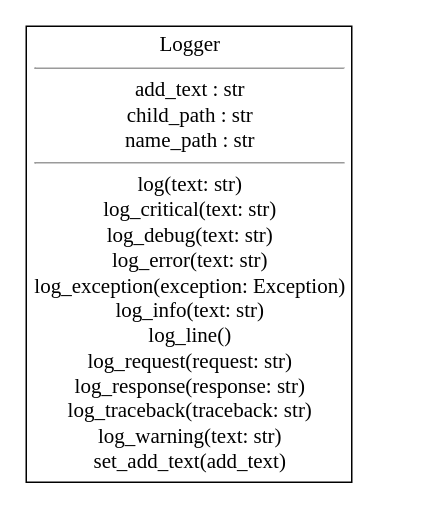
The draw.io diagram Diagrams/class/Sơ đồ Class tổng quan hệ thống Logger.drawio in VennDev/EC-Recommend-System-Old, before the edit. Source tidied: cells renumbered, new cells numbered last; positions are measured from the earlier drawing's top-left corner, leaving out a move shared by most shapes. Both pictures are drawn from the tidied source at 150%, with x=0, y=0 at pixel (26, 26).
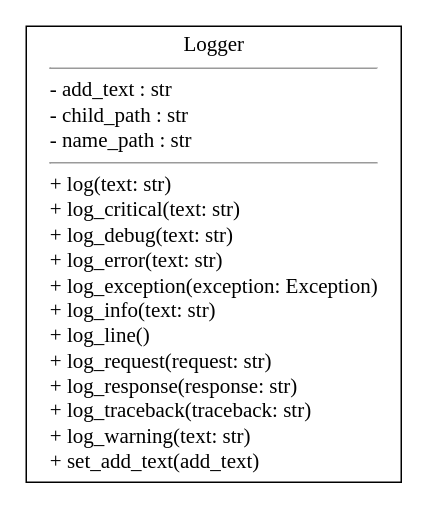
The same diagram, later.

What changed in the source:
```diff
@@
 <mxGraphModel>
   <root>
     <mxCell id="0" />
     <mxCell id="1" parent="0" />
-    <mxCell id="2" value="&lt;font style='font-size: 14.0px;' face='Times New Roman,serif' color='#000000'&gt;Logger&lt;/font&gt;&lt;hr size='1'/&gt;&lt;div&gt;&lt;font style='font-size: 14.0px;' face='Times New Roman,serif' color='#000000'&gt;add_text : str&lt;br/&gt;child_path : str&lt;br/&gt;name_path : str&lt;/font&gt;&lt;/div&gt;&lt;hr size='1'/&gt;&lt;div&gt;&lt;font style='font-size: 14.0px;' face='Times New Roman,serif' color='#000000'&gt;log(text: str)&lt;br/&gt;log_critical(text: str)&lt;br/&gt;log_debug(text: str)&lt;br/&gt;log_error(text: str)&lt;br/&gt;log_exception(exception: Exception)&lt;br/&gt;log_info(text: str)&lt;br/&gt;log_line()&lt;br/&gt;log_request(request: str)&lt;br/&gt;log_response(response: str)&lt;br/&gt;log_traceback(traceback: str)&lt;br/&gt;log_warning(text: str)&lt;br/&gt;set_add_text(add_text)&lt;/font&gt;&lt;/div&gt;" style="verticalAlign=middle;html=1;rounded=0;labelBackgroundColor=none;strokeColor=black;fillColor=none;strokeWidth=1;dashed=0;" parent="1" vertex="1">
-      <mxGeometry width="217" height="304" as="geometry" />
+    <mxCell id="2" value="&lt;font style=&quot;font-size: 14.0px;&quot; face=&quot;Times New Roman,serif&quot; color=&quot;#000000&quot;&gt;Logger&lt;/font&gt;&lt;hr size=&quot;1&quot;&gt;&lt;div&gt;&lt;div style=&quot;text-align: left;&quot;&gt;&lt;span style=&quot;font-size: 14px; font-family: &amp;quot;Times New Roman&amp;quot;, serif; background-color: initial;&quot;&gt;- add_text : str&lt;/span&gt;&lt;/div&gt;&lt;font style=&quot;font-size: 14.0px;&quot; face=&quot;Times New Roman,serif&quot; color=&quot;#000000&quot;&gt;&lt;div style=&quot;text-align: left;&quot;&gt;&lt;span style=&quot;background-color: initial;&quot;&gt;- child_path : str&lt;/span&gt;&lt;/div&gt;&lt;div style=&quot;text-align: left;&quot;&gt;&lt;span style=&quot;background-color: initial;&quot;&gt;- name_path : str&lt;/span&gt;&lt;/div&gt;&lt;/font&gt;&lt;/div&gt;&lt;hr size=&quot;1&quot;&gt;&lt;div&gt;&lt;div style=&quot;text-align: left;&quot;&gt;&lt;span style=&quot;font-size: 14px; font-family: &amp;quot;Times New Roman&amp;quot;, serif; background-color: initial;&quot;&gt;+ log(text: str)&lt;/span&gt;&lt;/div&gt;&lt;font style=&quot;font-size: 14.0px;&quot; face=&quot;Times New Roman,serif&quot; color=&quot;#000000&quot;&gt;&lt;div style=&quot;text-align: left;&quot;&gt;&lt;span style=&quot;background-color: initial;&quot;&gt;+&lt;/span&gt;&lt;span style=&quot;background-color: initial;&quot;&gt;&amp;nbsp;&lt;/span&gt;&lt;span style=&quot;background-color: initial;&quot;&gt;log_critical(text: str)&lt;/span&gt;&lt;/div&gt;&lt;/font&gt;&lt;font style=&quot;font-size: 14.0px;&quot; face=&quot;Times New Roman,serif&quot; color=&quot;#000000&quot;&gt;&lt;div style=&quot;text-align: left;&quot;&gt;&lt;span style=&quot;background-color: initial;&quot;&gt;+&lt;/span&gt;&lt;span style=&quot;background-color: initial;&quot;&gt;&amp;nbsp;&lt;/span&gt;&lt;span style=&quot;background-color: initial;&quot;&gt;log_debug(text: str)&lt;/span&gt;&lt;/div&gt;&lt;/font&gt;&lt;font style=&quot;font-size: 14.0px;&quot; face=&quot;Times New Roman,serif&quot; color=&quot;#000000&quot;&gt;&lt;div style=&quot;text-align: left;&quot;&gt;&lt;span style=&quot;background-color: initial;&quot;&gt;+&lt;/span&gt;&lt;span style=&quot;background-color: initial;&quot;&gt;&amp;nbsp;&lt;/span&gt;&lt;span style=&quot;background-color: initial;&quot;&gt;log_error(text: str)&lt;/span&gt;&lt;/div&gt;&lt;/font&gt;&lt;font style=&quot;font-size: 14.0px;&quot; face=&quot;Times New Roman,serif&quot; color=&quot;#000000&quot;&gt;&lt;div style=&quot;text-align: left;&quot;&gt;&lt;span style=&quot;background-color: initial;&quot;&gt;+&lt;/span&gt;&lt;span style=&quot;background-color: initial;&quot;&gt;&amp;nbsp;&lt;/span&gt;&lt;span style=&quot;background-color: initial;&quot;&gt;log_exception(exception: Exception)&lt;/span&gt;&lt;/div&gt;&lt;/font&gt;&lt;font style=&quot;font-size: 14.0px;&quot; face=&quot;Times New Roman,serif&quot; color=&quot;#000000&quot;&gt;&lt;div style=&quot;text-align: left;&quot;&gt;&lt;span style=&quot;background-color: initial;&quot;&gt;+&lt;/span&gt;&lt;span style=&quot;background-color: initial;&quot;&gt;&amp;nbsp;&lt;/span&gt;&lt;span style=&quot;background-color: initial;&quot;&gt;log_info(text: str)&lt;/span&gt;&lt;/div&gt;&lt;/font&gt;&lt;font style=&quot;font-size: 14.0px;&quot; face=&quot;Times New Roman,serif&quot; color=&quot;#000000&quot;&gt;&lt;div style=&quot;text-align: left;&quot;&gt;&lt;span style=&quot;background-color: initial;&quot;&gt;+&lt;/span&gt;&lt;span style=&quot;background-color: initial;&quot;&gt;&amp;nbsp;&lt;/span&gt;&lt;span style=&quot;background-color: initial;&quot;&gt;log_line()&lt;/span&gt;&lt;/div&gt;&lt;/font&gt;&lt;font style=&quot;font-size: 14.0px;&quot; face=&quot;Times New Roman,serif&quot; color=&quot;#000000&quot;&gt;&lt;div style=&quot;text-align: left;&quot;&gt;&lt;span style=&quot;background-color: initial;&quot;&gt;+&lt;/span&gt;&lt;span style=&quot;background-color: initial;&quot;&gt;&amp;nbsp;&lt;/span&gt;&lt;span style=&quot;background-color: initial;&quot;&gt;log_request(request: str)&lt;/span&gt;&lt;/div&gt;&lt;/font&gt;&lt;font style=&quot;font-size: 14.0px;&quot; face=&quot;Times New Roman,serif&quot; color=&quot;#000000&quot;&gt;&lt;div style=&quot;text-align: left;&quot;&gt;&lt;span style=&quot;background-color: initial;&quot;&gt;+&lt;/span&gt;&lt;span style=&quot;background-color: initial;&quot;&gt;&amp;nbsp;&lt;/span&gt;&lt;span style=&quot;background-color: initial;&quot;&gt;log_response(response: str)&lt;/span&gt;&lt;/div&gt;&lt;/font&gt;&lt;font style=&quot;font-size: 14.0px;&quot; face=&quot;Times New Roman,serif&quot; color=&quot;#000000&quot;&gt;&lt;div style=&quot;text-align: left;&quot;&gt;&lt;span style=&quot;background-color: initial;&quot;&gt;+&lt;/span&gt;&lt;span style=&quot;background-color: initial;&quot;&gt;&amp;nbsp;&lt;/span&gt;&lt;span style=&quot;background-color: initial;&quot;&gt;log_traceback(traceback: str)&lt;/span&gt;&lt;/div&gt;&lt;/font&gt;&lt;font style=&quot;font-size: 14.0px;&quot; face=&quot;Times New Roman,serif&quot; color=&quot;#000000&quot;&gt;&lt;div style=&quot;text-align: left;&quot;&gt;&lt;span style=&quot;background-color: initial;&quot;&gt;+&lt;/span&gt;&lt;span style=&quot;background-color: initial;&quot;&gt;&amp;nbsp;&lt;/span&gt;&lt;span style=&quot;background-color: initial;&quot;&gt;log_warning(text: str)&lt;/span&gt;&lt;/div&gt;&lt;/font&gt;&lt;font style=&quot;font-size: 14.0px;&quot; face=&quot;Times New Roman,serif&quot; color=&quot;#000000&quot;&gt;&lt;div style=&quot;text-align: left;&quot;&gt;&lt;span style=&quot;background-color: initial;&quot;&gt;+&lt;/span&gt;&lt;span style=&quot;background-color: initial;&quot;&gt;&amp;nbsp;&lt;/span&gt;&lt;span style=&quot;background-color: initial;&quot;&gt;set_add_text(add_text)&lt;/span&gt;&lt;/div&gt;&lt;/font&gt;&lt;/div&gt;" style="verticalAlign=middle;html=1;rounded=0;labelBackgroundColor=none;strokeColor=black;fillColor=none;strokeWidth=1;dashed=0;" parent="1" vertex="1">
+      <mxGeometry width="250" height="304" as="geometry" />
     </mxCell>
   </root>
 </mxGraphModel>
```
